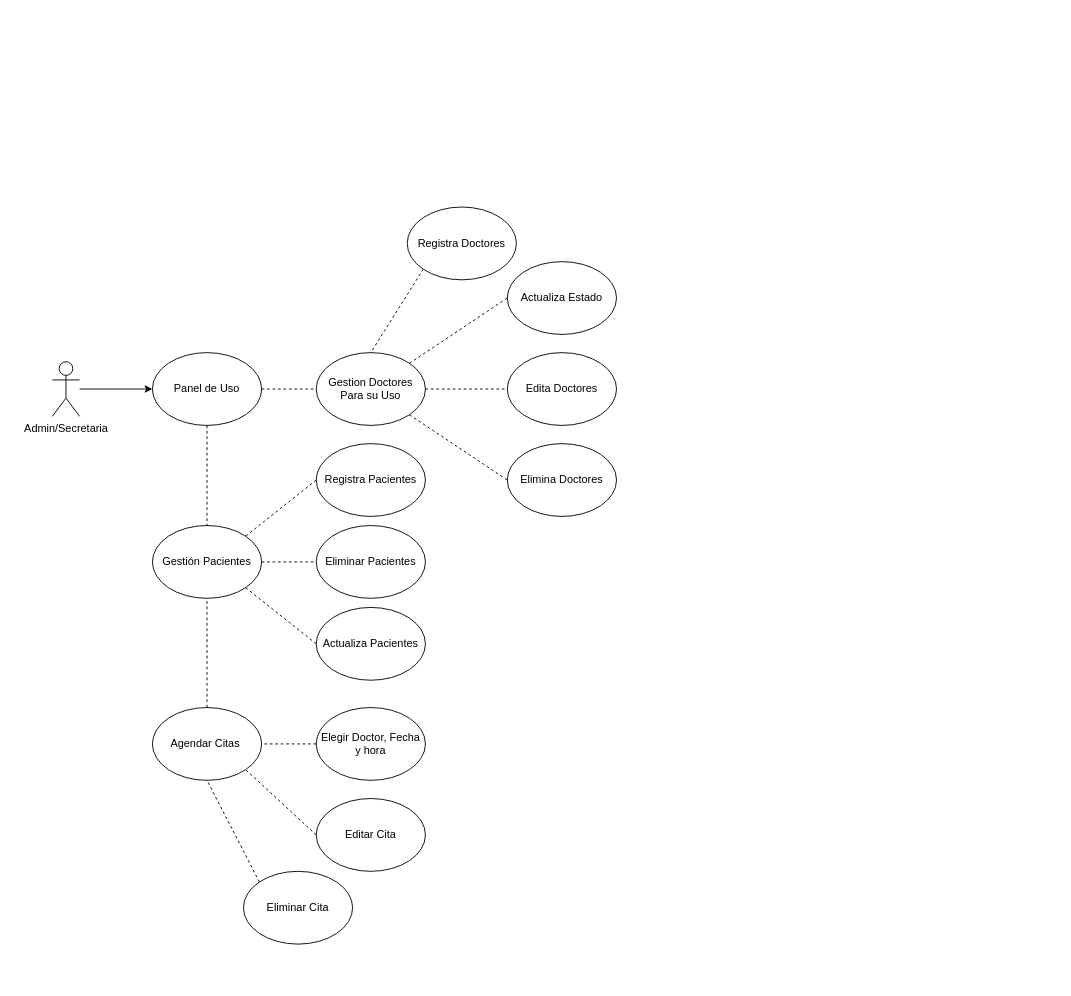
Above: Diagrama-UML-Actors.drawio in Joseroberto19/Recursos (draw.io), before the change. Source tidied: cells renumbered, new cells numbered last; positions are measured from the earlier drawing's top-left corner, leaving out a move shared by most shapes. Both pictures are drawn from the tidied source at 91%, with x=0, y=0 at pixel (52, 207).
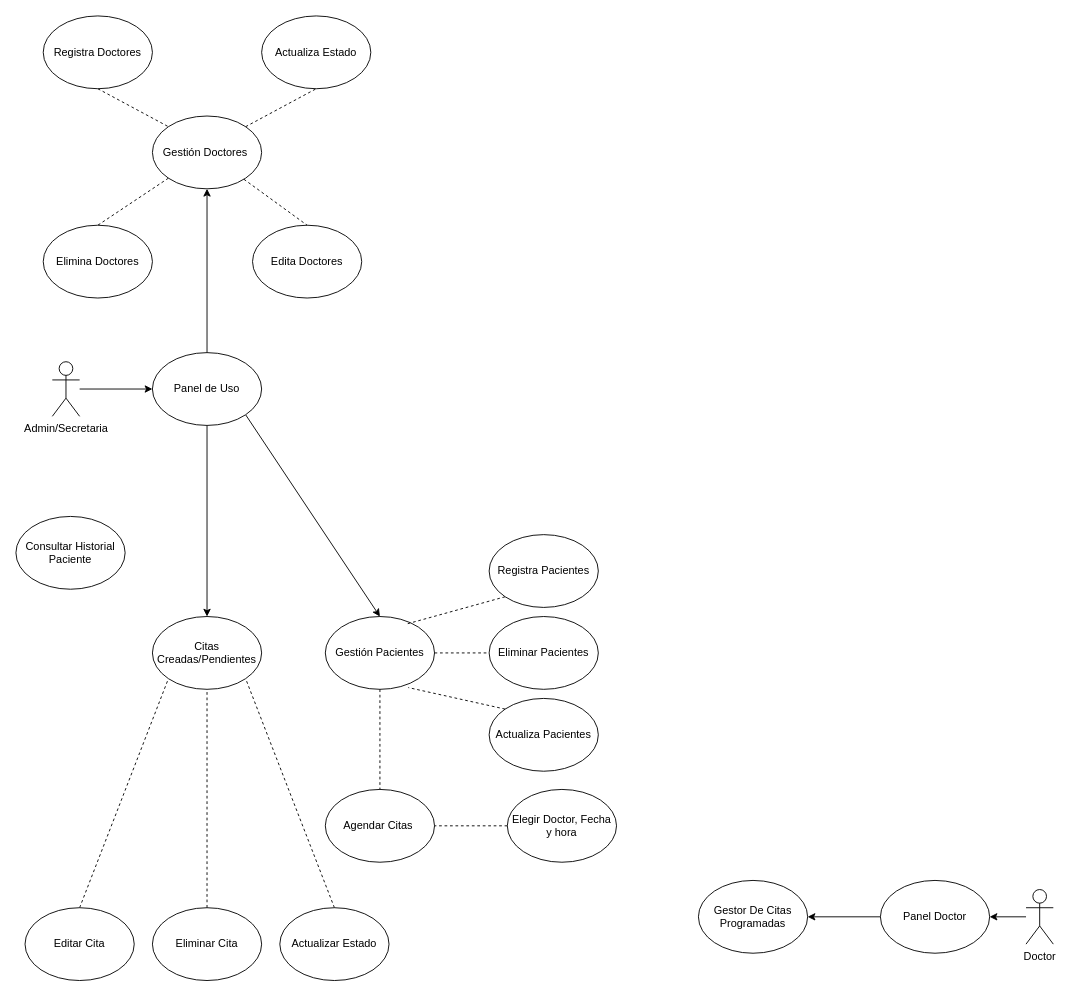
Above is the later version.

The change refers to these unchanged cells:
```xml
<mxCell id="4" value="Panel de Uso" style="ellipse;whiteSpace=wrap;html=1;" parent="1" vertex="1">
  <mxGeometry x="110" y="160" width="120" height="80" as="geometry" />
</mxCell>
```

The edit, as a diff of the source:
```diff
@@
+    <mxCell id="6" style="edgeStyle=orthogonalEdgeStyle;rounded=0;jettySize=auto;html=1;entryX=0.5;entryY=1;entryDx=0;entryDy=0;exitX=0.5;exitY=0;exitDx=0;exitDy=0;" parent="1" edge="1" source="4" target="5">
+      <mxGeometry relative="1" as="geometry" />
+    </mxCell>
+    <mxCell id="14" style="rounded=0;jettySize=auto;html=1;entryX=0.5;entryY=0;entryDx=0;entryDy=0;elbow=vertical;exitX=1;exitY=1;exitDx=0;exitDy=0;" parent="1" edge="1" source="4" target="13">
+      <mxGeometry relative="1" as="geometry" />
+    </mxCell>
+    <mxCell id="31" style="edgeStyle=orthogonalEdgeStyle;rounded=0;jettySize=auto;html=1;entryX=0.5;entryY=0;entryDx=0;entryDy=0;" parent="1" edge="1" source="4" target="33">
+      <mxGeometry relative="1" as="geometry" />
+    </mxCell>
@@
-    <mxCell id="5" value="Gestion Doctores Para su Uso" style="ellipse;whiteSpace=wrap;html=1;" parent="1" vertex="1">
-      <mxGeometry x="290" y="160" width="120" height="80" as="geometry" />
+    <mxCell id="5" value="Gestión Doctores&amp;nbsp;" style="ellipse;whiteSpace=wrap;html=1;" parent="1" vertex="1">
+      <mxGeometry x="110" y="-100" width="120" height="80" as="geometry" />
     </mxCell>
-    <mxCell id="6" style="endArrow=none;dashed=1;html=1;rounded=0;entryX=0;entryY=0.5;entryDx=0;entryDy=0;exitX=1;exitY=0.5;exitDx=0;exitDy=0;" parent="1" edge="1" source="4" target="5">
-      <mxGeometry relative="1" as="geometry" />
-    </mxCell>
-    <mxCell id="7" style="endArrow=none;dashed=1;html=1;rounded=0;entryX=0;entryY=0.5;entryDx=0;entryDy=0;" parent="1" edge="1" source="5" target="8">
+    <mxCell id="7" style="endArrow=none;dashed=1;html=1;rounded=0;entryX=0.5;entryY=0;entryDx=0;entryDy=0;exitX=0;exitY=1;exitDx=0;exitDy=0;" parent="1" edge="1" source="5" target="8">
       <mxGeometry relative="1" as="geometry" />
     </mxCell>
     <mxCell id="8" value="Elimina Doctores" style="ellipse;whiteSpace=wrap;html=1;" parent="1" vertex="1">
-      <mxGeometry x="500" y="260" width="120" height="80" as="geometry" />
+      <mxGeometry x="-10" y="20" width="120" height="80" as="geometry" />
     </mxCell>
     <mxCell id="9" value="Edita Doctores" style="ellipse;whiteSpace=wrap;html=1;" parent="1" vertex="1">
-      <mxGeometry x="500" y="160" width="120" height="80" as="geometry" />
+      <mxGeometry x="220" y="20" width="120" height="80" as="geometry" />
     </mxCell>
-    <mxCell id="10" style="endArrow=none;dashed=1;html=1;rounded=0;entryX=0;entryY=0.5;entryDx=0;entryDy=0;exitX=1;exitY=0.5;exitDx=0;exitDy=0;" parent="1" edge="1" source="5" target="9">
+    <mxCell id="10" style="endArrow=none;dashed=1;html=1;rounded=0;entryX=0.5;entryY=0;entryDx=0;entryDy=0;" parent="1" edge="1" source="5" target="9">
       <mxGeometry relative="1" as="geometry" />
     </mxCell>
-    <mxCell id="11" style="endArrow=none;dashed=1;html=1;rounded=0;exitX=1;exitY=0;exitDx=0;exitDy=0;entryX=0;entryY=0.5;entryDx=0;entryDy=0;" parent="1" edge="1" source="5" target="12">
+    <mxCell id="11" style="endArrow=none;dashed=1;html=1;rounded=0;exitX=1;exitY=0;exitDx=0;exitDy=0;entryX=0.5;entryY=1;entryDx=0;entryDy=0;" parent="1" edge="1" source="5" target="12">
       <mxGeometry relative="1" as="geometry" />
     </mxCell>
     <mxCell id="12" value="Actualiza Estado" style="ellipse;whiteSpace=wrap;html=1;" parent="1" vertex="1">
-      <mxGeometry x="500" y="60" width="120" height="80" as="geometry" />
+      <mxGeometry x="230" y="-210" width="120" height="80" as="geometry" />
     </mxCell>
     <mxCell id="13" value="Gestión Pacientes" style="ellipse;whiteSpace=wrap;html=1;" parent="1" vertex="1">
-      <mxGeometry x="110" y="350" width="120" height="80" as="geometry" />
+      <mxGeometry x="300" y="450" width="120" height="80" as="geometry" />
     </mxCell>
-    <mxCell id="14" style="endArrow=none;dashed=1;html=1;rounded=0;exitX=0.5;exitY=1;exitDx=0;exitDy=0;" parent="1" edge="1" source="4" target="13">
-      <mxGeometry relative="1" as="geometry" />
-    </mxCell>
     <mxCell id="15" value="Eliminar Pacientes" style="ellipse;whiteSpace=wrap;html=1;" parent="1" vertex="1">
-      <mxGeometry x="290" y="350" width="120" height="80" as="geometry" />
+      <mxGeometry x="480" y="450" width="120" height="80" as="geometry" />
     </mxCell>
@@
-    <mxCell id="17" style="endArrow=none;dashed=1;html=1;rounded=0;entryX=1;entryY=0;entryDx=0;entryDy=0;exitX=0;exitY=0.5;exitDx=0;exitDy=0;" parent="1" edge="1" source="18" target="13">
+    <mxCell id="17" style="endArrow=none;dashed=1;html=1;rounded=0;entryX=0.734;entryY=0.107;entryDx=0;entryDy=0;exitX=0;exitY=1;exitDx=0;exitDy=0;entryPerimeter=0;" parent="1" edge="1" source="18" target="13">
       <mxGeometry relative="1" as="geometry" />
     </mxCell>
     <mxCell id="18" value="Registra Pacientes" style="ellipse;whiteSpace=wrap;html=1;" parent="1" vertex="1">
-      <mxGeometry x="290" y="260" width="120" height="80" as="geometry" />
+      <mxGeometry x="480" y="360" width="120" height="80" as="geometry" />
     </mxCell>
-    <mxCell id="19" style="endArrow=none;dashed=1;html=1;rounded=0;entryX=0.5;entryY=0;entryDx=0;entryDy=0;exitX=0;exitY=1;exitDx=0;exitDy=0;" parent="1" edge="1" source="20" target="5">
+    <mxCell id="19" style="endArrow=none;dashed=1;html=1;rounded=0;entryX=0;entryY=0;entryDx=0;entryDy=0;exitX=0.5;exitY=1;exitDx=0;exitDy=0;" parent="1" edge="1" source="20" target="5">
       <mxGeometry relative="1" as="geometry" />
     </mxCell>
     <mxCell id="20" value="Registra Doctores" style="ellipse;whiteSpace=wrap;html=1;" parent="1" vertex="1">
-      <mxGeometry x="390" width="120" height="80" as="geometry" />
+      <mxGeometry x="-10" y="-210" width="120" height="80" as="geometry" />
     </mxCell>
     <mxCell id="21" value="Actualiza Pacientes" style="ellipse;whiteSpace=wrap;html=1;" parent="1" vertex="1">
-      <mxGeometry x="290" y="440" width="120" height="80" as="geometry" />
+      <mxGeometry x="480" y="540" width="120" height="80" as="geometry" />
     </mxCell>
-    <mxCell id="22" style="endArrow=none;dashed=1;html=1;rounded=0;entryX=1;entryY=1;entryDx=0;entryDy=0;exitX=0;exitY=0.5;exitDx=0;exitDy=0;" parent="1" edge="1" source="21" target="13">
+    <mxCell id="22" style="endArrow=none;dashed=1;html=1;rounded=0;exitX=0;exitY=0;exitDx=0;exitDy=0;entryX=0.76;entryY=0.976;entryDx=0;entryDy=0;entryPerimeter=0;" parent="1" edge="1" source="21" target="13">
       <mxGeometry relative="1" as="geometry" />
     </mxCell>
     <mxCell id="23" value="Agendar Citas&amp;nbsp;" style="ellipse;whiteSpace=wrap;html=1;" parent="1" vertex="1">
-      <mxGeometry x="110" y="550" width="120" height="80" as="geometry" />
+      <mxGeometry x="300" y="640" width="120" height="80" as="geometry" />
     </mxCell>
-    <mxCell id="24" style="endArrow=none;dashed=1;html=1;rounded=0;entryX=0.5;entryY=1;entryDx=0;entryDy=0;exitX=0.5;exitY=0;exitDx=0;exitDy=0;" parent="1" edge="1" source="23" target="13">
-      <mxGeometry relative="1" as="geometry" />
-    </mxCell>
@@
     <mxCell id="26" value="Elegir Doctor, Fecha y hora" style="ellipse;whiteSpace=wrap;html=1;" parent="1" vertex="1">
-      <mxGeometry x="290" y="550" width="120" height="80" as="geometry" />
+      <mxGeometry x="500" y="640" width="120" height="80" as="geometry" />
     </mxCell>
+    <mxCell id="32" style="endArrow=none;dashed=1;html=1;rounded=0;exitX=0.5;exitY=1;exitDx=0;exitDy=0;" parent="1" edge="1" source="13" target="23">
+      <mxGeometry relative="1" as="geometry" />
+    </mxCell>
+    <mxCell id="33" value="Citas Creadas/Pendientes" style="ellipse;whiteSpace=wrap;html=1;" parent="1" vertex="1">
+      <mxGeometry x="110" y="450" width="120" height="80" as="geometry" />
+    </mxCell>
+    <mxCell id="34" style="endArrow=none;dashed=1;html=1;rounded=0;entryX=0.5;entryY=1;entryDx=0;entryDy=0;exitX=0.5;exitY=0;exitDx=0;exitDy=0;" parent="1" edge="1" source="29" target="33">
+      <mxGeometry relative="1" as="geometry" />
+    </mxCell>
+    <mxCell id="29" value="Eliminar Cita" style="ellipse;whiteSpace=wrap;html=1;" parent="1" vertex="1">
+      <mxGeometry x="110" y="770" width="120" height="80" as="geometry" />
+    </mxCell>
+    <mxCell id="35" style="endArrow=none;dashed=1;html=1;rounded=0;entryX=0;entryY=1;entryDx=0;entryDy=0;exitX=0.5;exitY=0;exitDx=0;exitDy=0;" parent="1" edge="1" source="27" target="33">
+      <mxGeometry relative="1" as="geometry" />
+    </mxCell>
     <mxCell id="27" value="Editar Cita" style="ellipse;whiteSpace=wrap;html=1;" parent="1" vertex="1">
-      <mxGeometry x="290" y="650" width="120" height="80" as="geometry" />
+      <mxGeometry x="-30" y="770" width="120" height="80" as="geometry" />
     </mxCell>
-    <mxCell id="28" style="endArrow=none;dashed=1;html=1;rounded=0;entryX=1;entryY=1;entryDx=0;entryDy=0;exitX=0;exitY=0.5;exitDx=0;exitDy=0;" parent="1" edge="1" source="27" target="23">
-      <mxGeometry relative="1" as="geometry" />
-    </mxCell>
-    <mxCell id="29" value="Eliminar Cita" style="ellipse;whiteSpace=wrap;html=1;" parent="1" vertex="1">
-      <mxGeometry x="210" y="730" width="120" height="80" as="geometry" />
-    </mxCell>
-    <mxCell id="30" style="endArrow=none;dashed=1;html=1;rounded=0;entryX=0.5;entryY=1;entryDx=0;entryDy=0;exitX=0;exitY=0;exitDx=0;exitDy=0;" parent="1" edge="1" source="29" target="23">
-      <mxGeometry relative="1" as="geometry" />
-    </mxCell>
+    <mxCell id="36" style="edgeStyle=orthogonalEdgeStyle;rounded=0;jettySize=auto;html=1;" parent="1" edge="1" source="37" target="39">
+      <mxGeometry relative="1" as="geometry" />
+    </mxCell>
+    <mxCell id="37" value="Doctor" style="shape=umlActor;verticalLabelPosition=bottom;verticalAlign=top;html=1;outlineConnect=0;" parent="1" vertex="1">
+      <mxGeometry x="1070" y="750" width="30" height="60" as="geometry" />
+    </mxCell>
+    <mxCell id="38" style="rounded=0;jettySize=auto;html=1;entryX=1;entryY=0.5;entryDx=0;entryDy=0;" parent="1" edge="1" source="39" target="40">
+      <mxGeometry relative="1" as="geometry" />
+    </mxCell>
+    <mxCell id="39" value="Panel Doctor" style="ellipse;whiteSpace=wrap;html=1;" parent="1" vertex="1">
+      <mxGeometry x="910" y="740" width="120" height="80" as="geometry" />
+    </mxCell>
+    <mxCell id="40" value="Gestor De Citas Programadas" style="ellipse;whiteSpace=wrap;html=1;" parent="1" vertex="1">
+      <mxGeometry x="710" y="740" width="120" height="80" as="geometry" />
+    </mxCell>
+    <mxCell id="41" style="endArrow=none;dashed=1;html=1;rounded=0;entryX=1;entryY=1;entryDx=0;entryDy=0;exitX=0.5;exitY=0;exitDx=0;exitDy=0;" parent="1" edge="1" source="42" target="33">
+      <mxGeometry relative="1" as="geometry" />
+    </mxCell>
+    <mxCell id="42" value="Actualizar Estado" style="ellipse;whiteSpace=wrap;html=1;" parent="1" vertex="1">
+      <mxGeometry x="250" y="770" width="120" height="80" as="geometry" />
+    </mxCell>
+    <mxCell id="43" value="Consultar Historial Paciente" style="ellipse;whiteSpace=wrap;html=1;" parent="1" vertex="1">
+      <mxGeometry x="-40" y="340" width="120" height="80" as="geometry" />
+    </mxCell>
```
